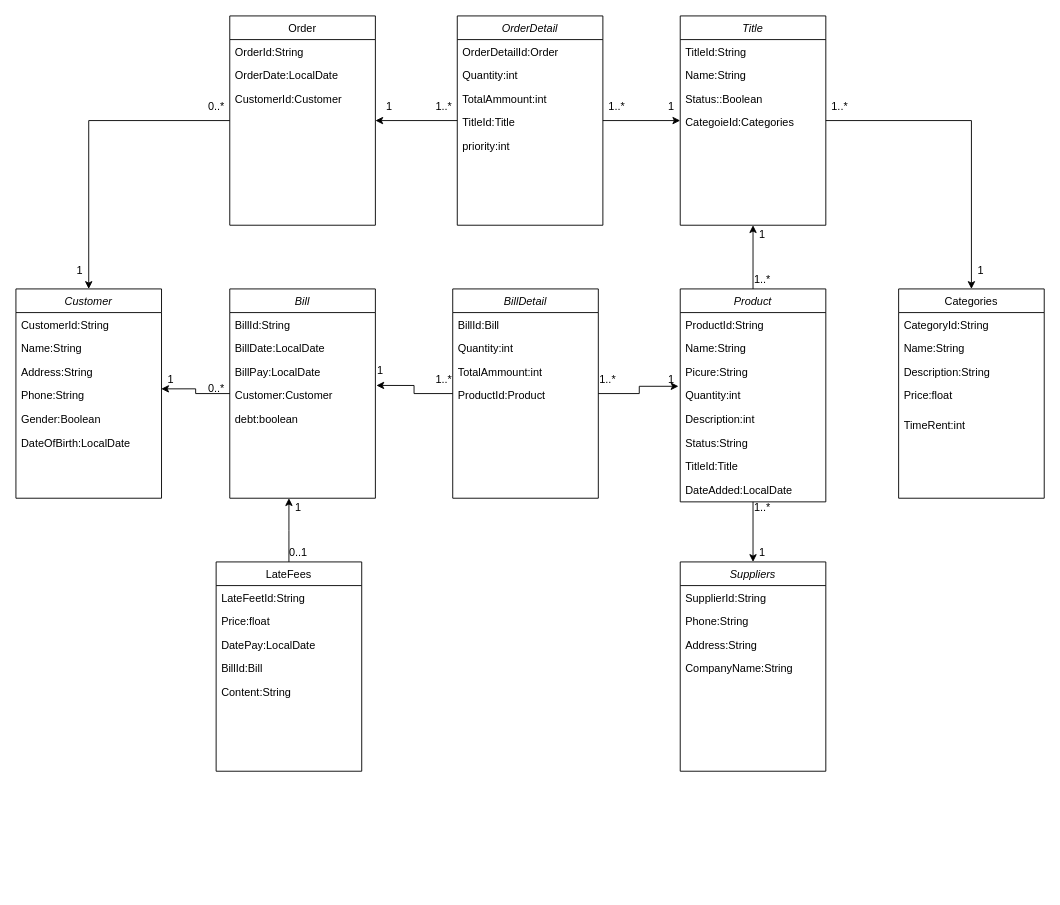
Before: database.drawio in quannguyen1999/manage-disks, a draw.io diagram. Source tidied: cells renumbered, new cells numbered last; positions are measured from the earlier drawing's top-left corner, leaving out a move shared by most shapes. Both pictures are drawn from the tidied source at 91%, with x=0, y=0 at pixel (15, 15).
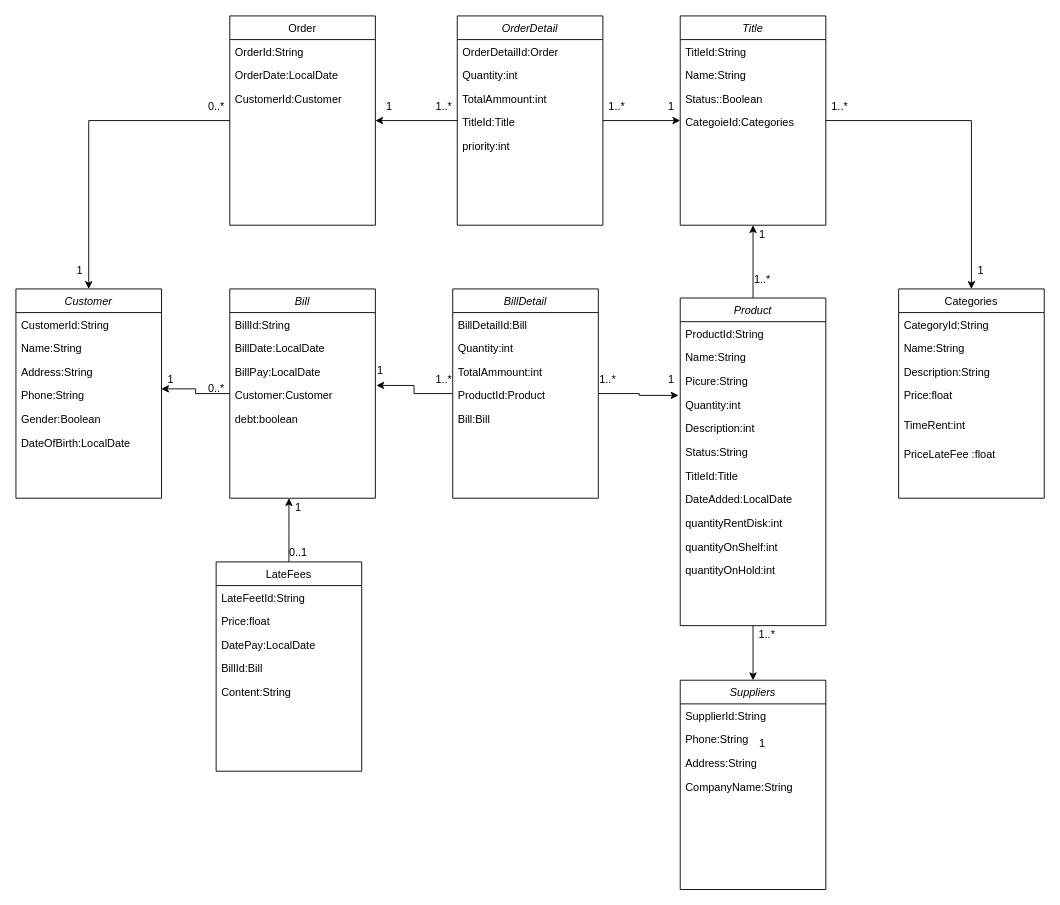
Above is the later version.

The change refers to these unchanged cells:
```xml
<mxCell id="13" value="Categories" style="swimlane;fontStyle=0;align=center;verticalAlign=top;horizontal=1;startSize=26;rounded=0;shadow=0;strokeWidth=1;" parent="1" vertex="1">
  <mxGeometry x="970" y="300" width="160" height="230" as="geometry" />
</mxCell>
<mxCell id="31" value="BillDetail" style="swimlane;fontStyle=2;align=center;verticalAlign=top;horizontal=1;startSize=26;rounded=0;shadow=0;strokeWidth=1;" parent="1" vertex="1">
  <mxGeometry x="480" y="300" width="160" height="230" as="geometry" />
</mxCell>
```

Change to the diagram source:
```diff
@@
     <mxCell id="4" value="Product" style="swimlane;fontStyle=2;align=center;verticalAlign=top;horizontal=1;startSize=26;rounded=0;shadow=0;strokeWidth=1;" parent="1" vertex="1">
-      <mxGeometry x="730" y="300" width="160" height="234" as="geometry" />
+      <mxGeometry x="730" y="310" width="160" height="360" as="geometry" />
     </mxCell>
@@
+    <mxCell id="91" value="quantityRentDisk:int" style="text;align=left;verticalAlign=top;spacingLeft=4;spacingRight=4;overflow=hidden;" parent="4" vertex="1">
+      <mxGeometry y="234" width="160" height="26" as="geometry" />
+    </mxCell>
+    <mxCell id="92" value="quantityOnShelf:int" style="text;align=left;verticalAlign=top;spacingLeft=4;spacingRight=4;overflow=hidden;" parent="4" vertex="1">
+      <mxGeometry y="260" width="160" height="26" as="geometry" />
+    </mxCell>
+    <mxCell id="93" value="quantityOnHold:int" style="text;align=left;verticalAlign=top;spacingLeft=4;spacingRight=4;overflow=hidden;" parent="4" vertex="1">
+      <mxGeometry y="286" width="160" height="26" as="geometry" />
+    </mxCell>
@@
+    <mxCell id="94" value="PriceLateFee :float" style="text;align=left;verticalAlign=top;spacingLeft=4;spacingRight=4;overflow=hidden;" parent="13" vertex="1">
+      <mxGeometry y="168" width="160" height="32" as="geometry" />
+    </mxCell>
     <mxCell id="19" value="Suppliers" style="swimlane;fontStyle=2;align=center;verticalAlign=top;horizontal=1;startSize=26;rounded=0;shadow=0;strokeWidth=1;" parent="1" vertex="1">
-      <mxGeometry x="730" y="600" width="160" height="230" as="geometry" />
+      <mxGeometry x="730" y="730" width="160" height="230" as="geometry" />
     </mxCell>
@@
     <mxCell id="24" value="1" style="text;html=1;align=center;verticalAlign=middle;" parent="1" vertex="1">
-      <mxGeometry x="810" y="580" width="20" height="20" as="geometry" />
+      <mxGeometry x="810" y="790" width="20" height="20" as="geometry" />
     </mxCell>
     <mxCell id="25" value="1..*" style="text;html=1;align=center;verticalAlign=middle;" parent="1" vertex="1">
-      <mxGeometry x="805" y="530" width="30" height="20" as="geometry" />
+      <mxGeometry x="810" y="670" width="30" height="20" as="geometry" />
     </mxCell>
@@
-    <mxCell id="32" value="BillId:Bill" style="text;align=left;verticalAlign=top;spacingLeft=4;spacingRight=4;overflow=hidden;" parent="31" vertex="1">
+    <mxCell id="32" value="BillDetailId:Bill" style="text;align=left;verticalAlign=top;spacingLeft=4;spacingRight=4;overflow=hidden;" parent="31" vertex="1">
       <mxGeometry y="26" width="160" height="26" as="geometry" />
     </mxCell>
@@
+    <mxCell id="95" value="Bill:Bill" style="text;align=left;verticalAlign=top;spacingLeft=4;spacingRight=4;overflow=hidden;" parent="31" vertex="1">
+      <mxGeometry y="130" width="160" height="26" as="geometry" />
+    </mxCell>
```
